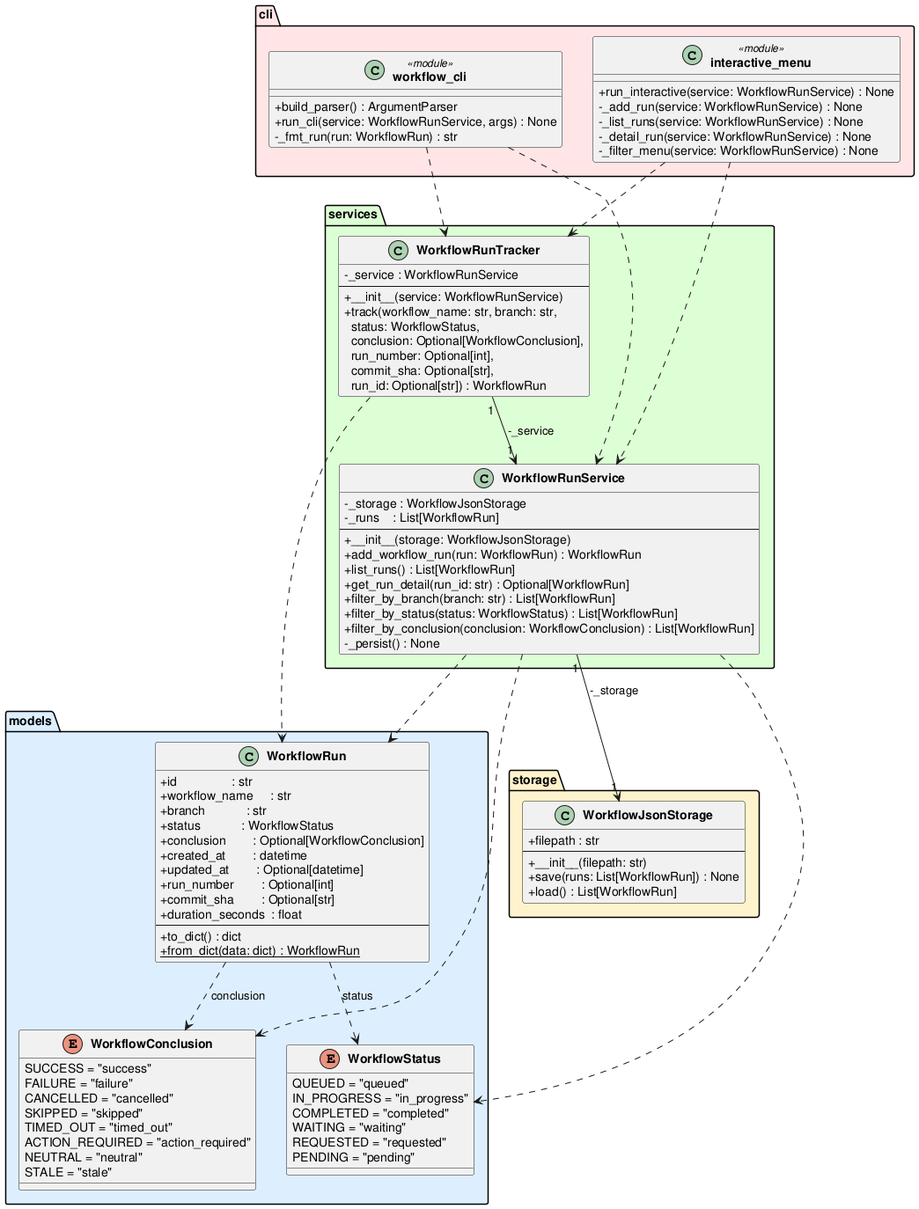
Earlier version of the PlantUML export experiments/supervisor_as_tools/test_driven/github-workflow-manager/artifacts/class_diagram.png (DanielRiha8906/Software_autoevolution_using_agents).
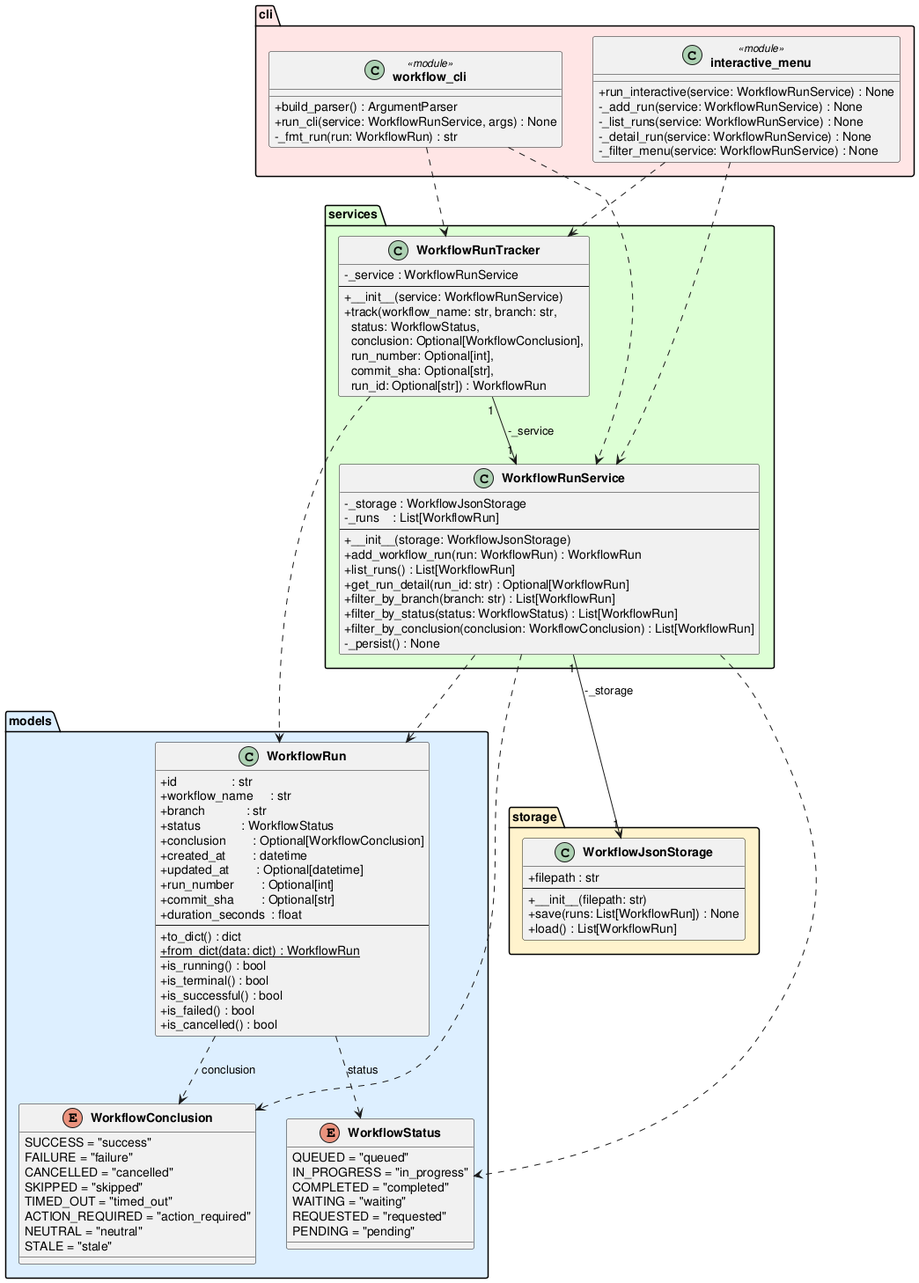
The same diagram one commit later.

Change to the diagram source:
```diff
@@ -38,6 +38,11 @@
         --
         +to_dict() : dict
         +{static} from_dict(data: dict) : WorkflowRun
+        +is_running() : bool
+        +is_terminal() : bool
+        +is_successful() : bool
+        +is_failed() : bool
+        +is_cancelled() : bool
     }
 }
 
```
